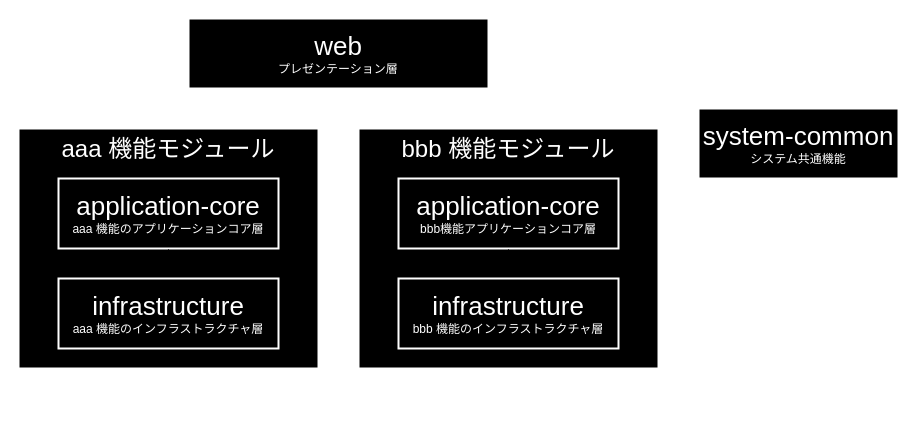
Earlier version of the draw.io diagram documents/_materials/images/guidebooks/how-to-develop/ssr/java/subproject-dependencies-dark.drawio (AlesInfiny/maia). Source tidied: cells renumbered, new cells numbered last; positions are measured from the earlier drawing's top-left corner, leaving out a move shared by most shapes. Both pictures are drawn from the tidied source at 100%, with x=0, y=0 at pixel (18, 18).
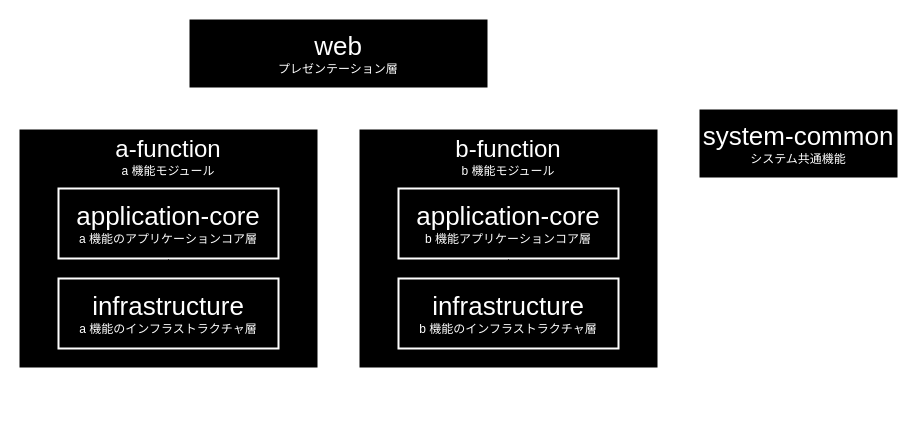
The same diagram, later.

What changed in the source:
```diff
@@
-    <mxCell id="5" value="&lt;font style=&quot;font-size: 24px;&quot;&gt;bbb 機能モジュール&lt;/font&gt;&lt;br&gt;&lt;div&gt;&lt;font style=&quot;font-size: 24px;&quot;&gt;&lt;br&gt;&lt;/font&gt;&lt;/div&gt;" style="rounded=0;whiteSpace=wrap;html=1;fillColor=#000000;fontColor=#FFFFFF;strokeColor=#FFFFFF;strokeWidth=2;verticalAlign=top;" parent="1" vertex="1">
+    <mxCell id="5" value="&lt;span style=&quot;font-size: 24px;&quot;&gt;b-function&lt;/span&gt;&lt;div&gt;&lt;font&gt;b 機能モジュール&lt;/font&gt;&lt;/div&gt;" style="rounded=0;whiteSpace=wrap;html=1;fillColor=#000000;fontColor=#FFFFFF;strokeColor=#FFFFFF;strokeWidth=2;verticalAlign=top;" parent="1" vertex="1">
       <mxGeometry x="340" y="110" width="300" height="240" as="geometry" />
     </mxCell>
@@
-    <mxCell id="9" value="&lt;span style=&quot;font-size: 26px;&quot;&gt;application-core&lt;/span&gt;&lt;br&gt;bbb機能アプリケーションコア層" style="rounded=0;whiteSpace=wrap;html=1;fillColor=#000000;fontColor=#FFFFFF;strokeColor=#FFFFFF;strokeWidth=2;" parent="1" vertex="1">
-      <mxGeometry x="380" y="160" width="220" height="70" as="geometry" />
+    <mxCell id="9" value="&lt;span style=&quot;font-size: 26px;&quot;&gt;application-core&lt;/span&gt;&lt;br&gt;b 機能アプリケーションコア層" style="rounded=0;whiteSpace=wrap;html=1;fillColor=#000000;fontColor=#FFFFFF;strokeColor=#FFFFFF;strokeWidth=2;" parent="1" vertex="1">
+      <mxGeometry x="380" y="170" width="220" height="70" as="geometry" />
     </mxCell>
@@
-    <mxCell id="11" value="&lt;font style=&quot;font-size: 26px;&quot;&gt;infrastructure&lt;/font&gt;&lt;br&gt;bbb 機能のインフラストラクチャ層" style="rounded=0;whiteSpace=wrap;html=1;fillColor=#000000;fontColor=#FFFFFF;strokeColor=#FFFFFF;strokeWidth=2;" parent="1" vertex="1">
+    <mxCell id="11" value="&lt;font style=&quot;font-size: 26px;&quot;&gt;infrastructure&lt;/font&gt;&lt;br&gt;b 機能のインフラストラクチャ層" style="rounded=0;whiteSpace=wrap;html=1;fillColor=#000000;fontColor=#FFFFFF;strokeColor=#FFFFFF;strokeWidth=2;" parent="1" vertex="1">
       <mxGeometry x="380" y="260" width="220" height="70" as="geometry" />
     </mxCell>
@@
-    <mxCell id="13" value="&lt;font style=&quot;font-size: 24px;&quot;&gt;aaa 機能モジュール&lt;/font&gt;&lt;br&gt;&lt;div&gt;&lt;font style=&quot;font-size: 24px;&quot;&gt;&lt;br&gt;&lt;/font&gt;&lt;/div&gt;" style="rounded=0;whiteSpace=wrap;html=1;fillColor=#000000;fontColor=#FFFFFF;strokeColor=#FFFFFF;strokeWidth=2;verticalAlign=top;" parent="1" vertex="1">
+    <mxCell id="13" value="&lt;div&gt;&lt;font style=&quot;font-size: 24px;&quot;&gt;a-function&lt;/font&gt;&lt;/div&gt;&lt;font&gt;a 機能モジュール&lt;/font&gt;" style="rounded=0;whiteSpace=wrap;html=1;fillColor=#000000;fontColor=#FFFFFF;strokeColor=#FFFFFF;strokeWidth=2;verticalAlign=top;" parent="1" vertex="1">
       <mxGeometry y="110" width="300" height="240" as="geometry" />
     </mxCell>
-    <mxCell id="14" value="&lt;span style=&quot;font-size: 26px;&quot;&gt;application-core&lt;/span&gt;&lt;br&gt;aaa 機能のアプリケーションコア層" style="rounded=0;whiteSpace=wrap;html=1;fillColor=#000000;fontColor=#FFFFFF;strokeColor=#FFFFFF;strokeWidth=2;" parent="1" vertex="1">
-      <mxGeometry x="40" y="160" width="220" height="70" as="geometry" />
+    <mxCell id="14" value="&lt;span style=&quot;font-size: 26px;&quot;&gt;application-core&lt;/span&gt;&lt;br&gt;a 機能のアプリケーションコア層" style="rounded=0;whiteSpace=wrap;html=1;fillColor=#000000;fontColor=#FFFFFF;strokeColor=#FFFFFF;strokeWidth=2;" parent="1" vertex="1">
+      <mxGeometry x="40" y="170" width="220" height="70" as="geometry" />
     </mxCell>
@@
-    <mxCell id="16" value="&lt;font style=&quot;font-size: 26px;&quot;&gt;infrastructure&lt;/font&gt;&lt;br&gt;aaa 機能のインフラストラクチャ層" style="rounded=0;whiteSpace=wrap;html=1;fillColor=#000000;fontColor=#FFFFFF;strokeColor=#FFFFFF;strokeWidth=2;" parent="1" vertex="1">
+    <mxCell id="16" value="&lt;font style=&quot;font-size: 26px;&quot;&gt;infrastructure&lt;/font&gt;&lt;br&gt;a 機能のインフラストラクチャ層" style="rounded=0;whiteSpace=wrap;html=1;fillColor=#000000;fontColor=#FFFFFF;strokeColor=#FFFFFF;strokeWidth=2;" parent="1" vertex="1">
       <mxGeometry x="40" y="260" width="220" height="70" as="geometry" />
     </mxCell>
```
